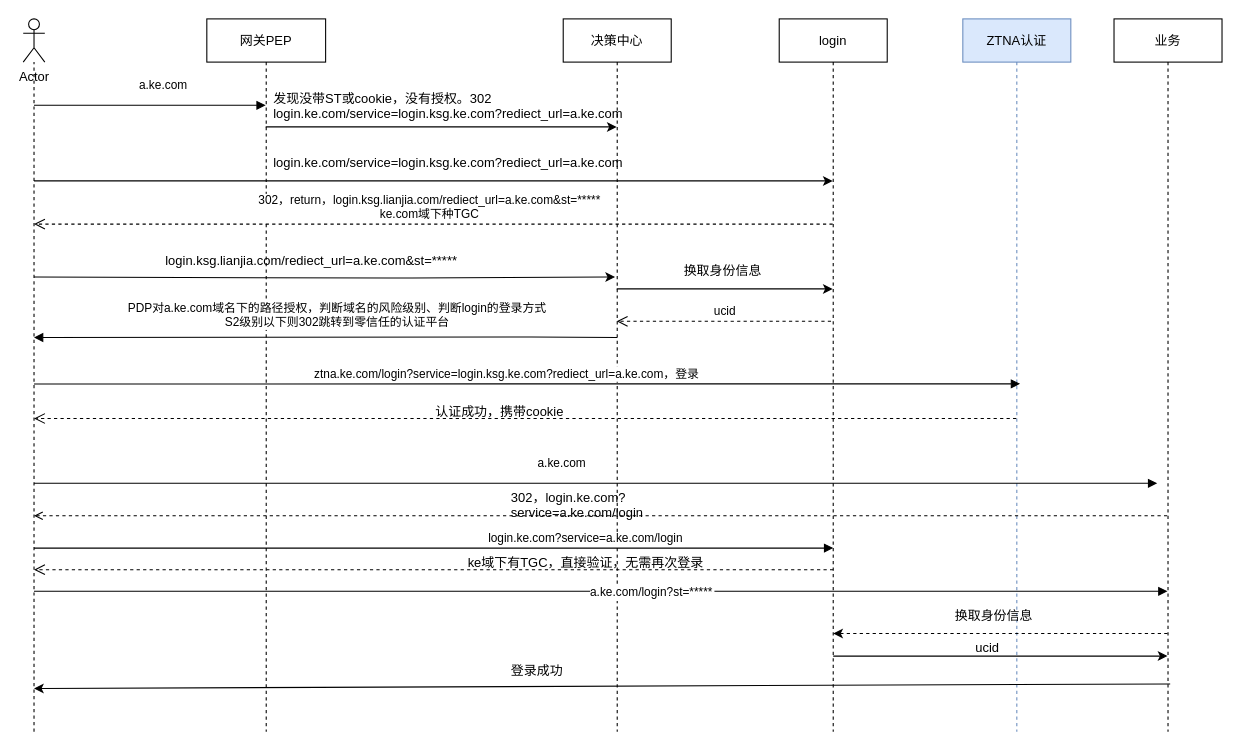
This is Untitled Diagram.drawio from YBSNNLRX/luck-dog, a draw.io file, before an edit. Source tidied: cells renumbered, new cells numbered last; positions are measured from the earlier drawing's top-left corner, leaving out a move shared by most shapes. Both pictures are drawn from the tidied source at 108%, with x=0, y=0 at pixel (23, 18).
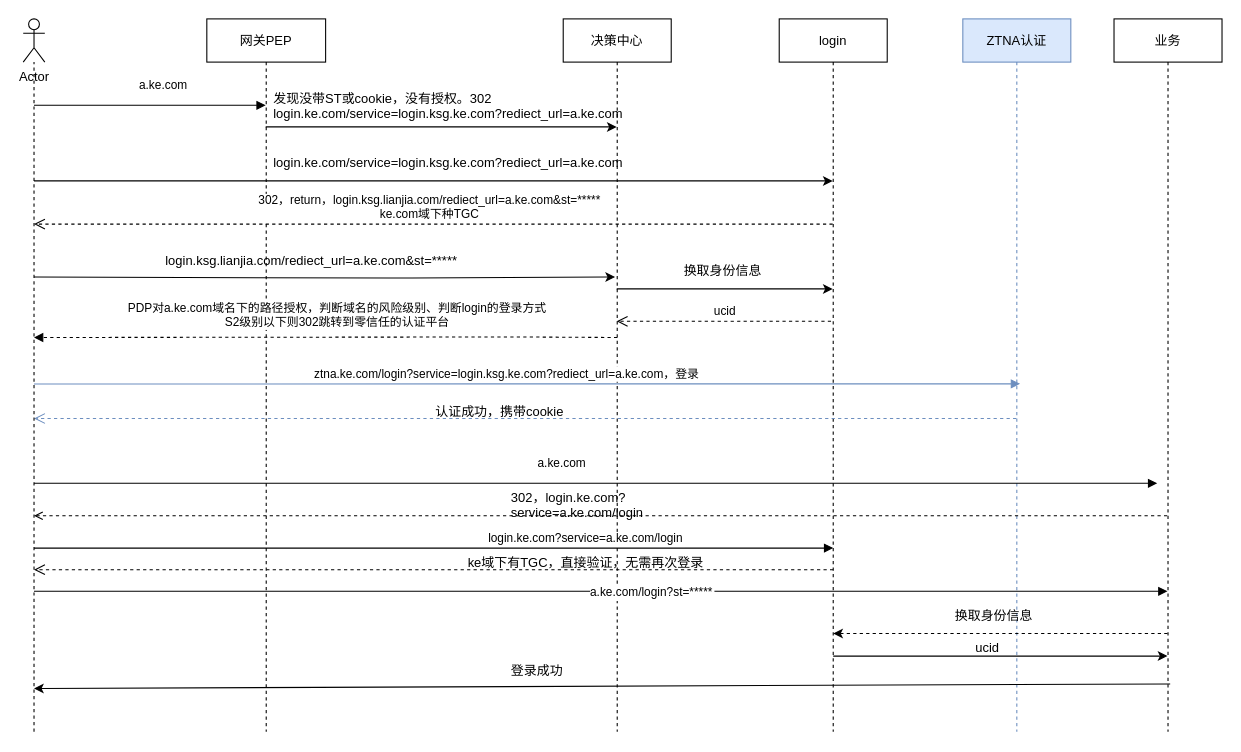
The same page after the edit.

The change refers to these unchanged cells:
```xml
<mxCell id="5" value="ZTNA认证" style="shape=umlLifeline;perimeter=lifelinePerimeter;rounded=0;shadow=0;strokeWidth=1;fillColor=#dae8fc;strokeColor=#6c8ebf;" parent="1" vertex="1">
  <mxGeometry x="870" width="100" height="660" as="geometry" />
</mxCell>
```

Diff of the diagram source:
```diff
@@
-    <mxCell id="15" value="ztna.ke.com/login?service=login.ksg.ke.com?rediect_url=a.ke.com，登录" style="verticalAlign=bottom;endArrow=block;shadow=0;strokeWidth=1;entryX=0.53;entryY=0.512;entryDx=0;entryDy=0;entryPerimeter=0;" parent="1" edge="1" target="5">
+    <mxCell id="15" value="ztna.ke.com/login?service=login.ksg.ke.com?rediect_url=a.ke.com，登录" style="verticalAlign=bottom;endArrow=block;shadow=0;strokeWidth=1;entryX=0.53;entryY=0.512;entryDx=0;entryDy=0;entryPerimeter=0;fillColor=#dae8fc;strokeColor=#6c8ebf;" parent="1" edge="1" target="5">
       <mxGeometry x="-0.04" relative="1" as="geometry">
         <mxPoint x="10" y="338" as="sourcePoint" />
       </mxGeometry>
     </mxCell>
@@
-    <mxCell id="20" style="verticalAlign=bottom;endArrow=open;dashed=1;endSize=8;shadow=0;strokeWidth=1;" parent="1" edge="1" source="5">
+    <mxCell id="20" style="verticalAlign=bottom;endArrow=open;dashed=1;endSize=8;shadow=0;strokeWidth=1;fillColor=#dae8fc;strokeColor=#6c8ebf;" parent="1" edge="1" source="5">
       <mxGeometry x="-0.01" y="-10" relative="1" as="geometry">
         <mxPoint x="10" y="370" as="targetPoint" />
         <Array as="points">
           <mxPoint x="670" y="370" />
         </Array>
       </mxGeometry>
     </mxCell>
@@
-    <mxCell id="30" value="PDP对a.ke.com域名下的路径授权，判断域名的风险级别、判断login的登录方式&#10;S2级别以下则302跳转到零信任的认证平台" style="verticalAlign=bottom;endArrow=block;shadow=0;strokeWidth=1;" parent="1" edge="1">
+    <mxCell id="30" value="PDP对a.ke.com域名下的路径授权，判断域名的风险级别、判断login的登录方式&#10;S2级别以下则302跳转到零信任的认证平台" style="verticalAlign=bottom;endArrow=block;shadow=0;strokeWidth=1;dashed=1;" parent="1" edge="1">
       <mxGeometry x="-0.04" y="-5" relative="1" as="geometry">
         <mxPoint x="550" y="295" as="sourcePoint" />
         <mxPoint x="10" y="295" as="targetPoint" />
         <Array as="points">
           <mxPoint x="460.5" y="294.5" />
         </Array>
       </mxGeometry>
     </mxCell>
```
